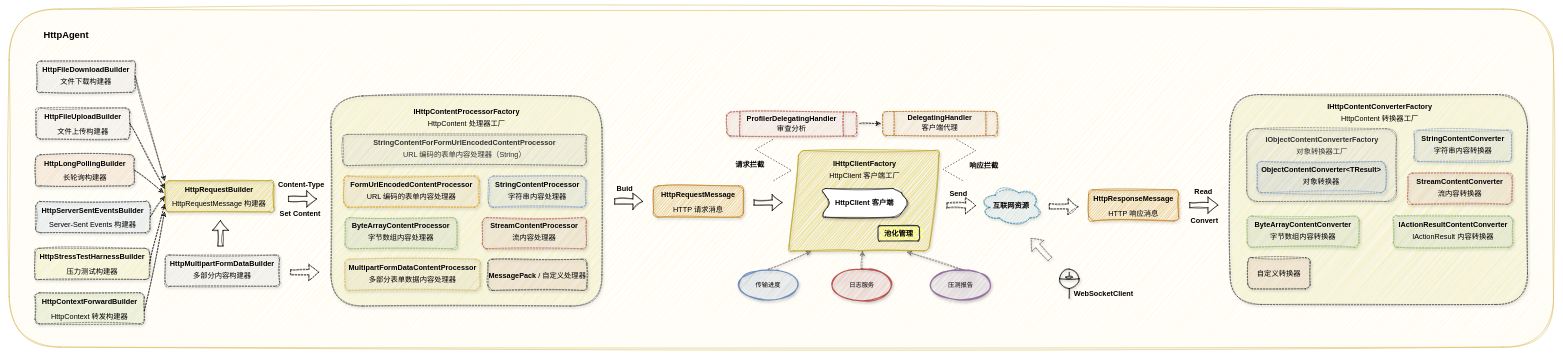
Earlier version of the draw.io diagram drawio/HttpAgent.drawio (MonkSoul/HttpAgent). Source tidied: cells renumbered, new cells numbered last; positions are measured from the earlier drawing's top-left corner, leaving out a move shared by most shapes. Both pictures are drawn from the tidied source at 52%, with x=0, y=0 at pixel (9, 9).
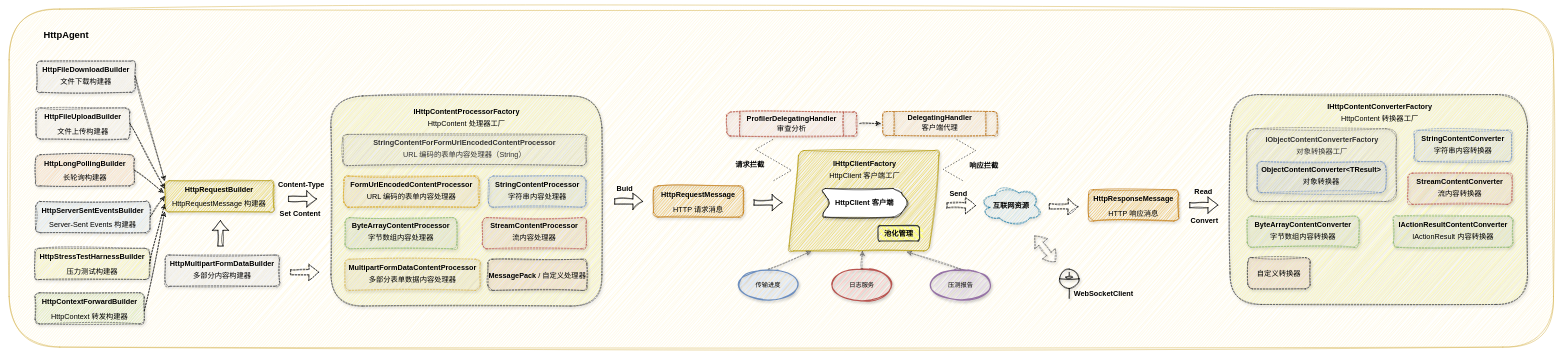
The same diagram, later.

Commit message (it also covers changes not shown here):
😊 更新架构图

Change to the diagram source:
```diff
@@
-    <mxCell id="73" style="shape=flexArrow;endArrow=classic;html=1;rounded=1;sketch=1;curveFitting=1;jiggle=2;dashed=1;shadow=1;strokeColor=#666666;" parent="1" edge="1">
-      <mxGeometry relative="1" as="geometry">
-        <mxPoint x="2002" y="481" as="sourcePoint" />
-        <mxPoint x="1965" y="441" as="targetPoint" />
-      </mxGeometry>
-    </mxCell>
+    <mxCell id="74" style="shape=flexArrow;endArrow=classic;startArrow=classic;html=1;rounded=1;sketch=1;curveFitting=1;jiggle=2;shadow=1;dashed=1;strokeColor=#666666;" parent="1" edge="1">
+      <mxGeometry relative="1" as="geometry">
+        <mxPoint x="1972" y="436" as="sourcePoint" />
+        <mxPoint x="2012" y="486" as="targetPoint" />
+      </mxGeometry>
+    </mxCell>
```
